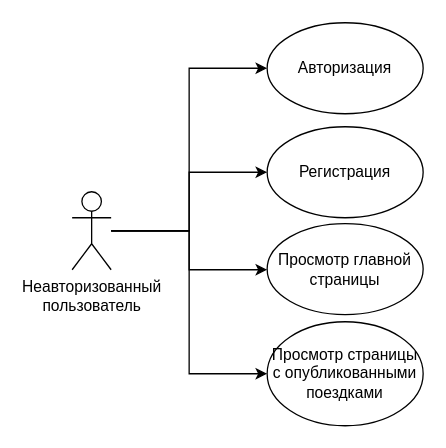
egoistique/TravelWithFriends keeps this draw.io diagram as documentation/диаграммы/use case со стороны неавторизованного пользователя.drawio. Above is the earlier version. Source tidied: cells renumbered, new cells numbered last; positions are measured from the earlier drawing's top-left corner, leaving out a move shared by most shapes. Both pictures are drawn from the tidied source at 130%, with x=0, y=0 at pixel (72, 22).
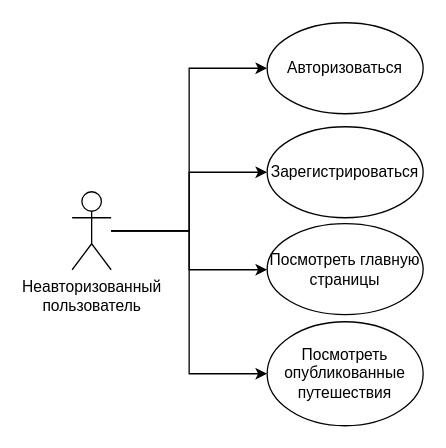
Above is the later version.

What changed in the source:
```diff
@@
 <mxGraphModel>
   <root>
     <mxCell id="0" />
     <mxCell id="1" parent="0" />
     <mxCell id="2" style="rounded=0;jettySize=auto;html=1;edgeStyle=orthogonalEdgeStyle;" parent="1" edge="1" source="3" target="7">
       <mxGeometry relative="1" as="geometry">
         <Array as="points">
           <mxPoint x="90" y="160" />
           <mxPoint x="90" y="35" />
         </Array>
       </mxGeometry>
     </mxCell>
     <mxCell id="3" value="Неавторизованный &lt;br&gt;пользователь" style="shape=umlActor;verticalLabelPosition=bottom;verticalAlign=top;html=1;outlineConnect=0;" parent="1" vertex="1">
       <mxGeometry y="130" width="30" height="60" as="geometry" />
     </mxCell>
-    <mxCell id="4" value="Просмотр главной страницы" style="ellipse;whiteSpace=wrap;html=1;" parent="1" vertex="1">
+    <mxCell id="4" value="Посмотреть главную страницы" style="ellipse;whiteSpace=wrap;html=1;" parent="1" vertex="1">
       <mxGeometry x="150" y="154.5" width="120" height="70" as="geometry" />
     </mxCell>
-    <mxCell id="5" value="Просмотр страницы с опубликованными поездками" style="ellipse;whiteSpace=wrap;html=1;" parent="1" vertex="1">
+    <mxCell id="5" value="Посмотреть опубликованные путешествия" style="ellipse;whiteSpace=wrap;html=1;" parent="1" vertex="1">
       <mxGeometry x="150" y="230" width="120" height="80" as="geometry" />
     </mxCell>
-    <mxCell id="6" value="Регистрация" style="ellipse;whiteSpace=wrap;html=1;" parent="1" vertex="1">
+    <mxCell id="6" value="Зарегистрироваться" style="ellipse;whiteSpace=wrap;html=1;" parent="1" vertex="1">
       <mxGeometry x="150" y="80" width="120" height="70" as="geometry" />
     </mxCell>
-    <mxCell id="7" value="Авторизация" style="ellipse;whiteSpace=wrap;html=1;" parent="1" vertex="1">
+    <mxCell id="7" value="Авторизоваться" style="ellipse;whiteSpace=wrap;html=1;" parent="1" vertex="1">
       <mxGeometry x="150" width="120" height="70" as="geometry" />
     </mxCell>
     <mxCell id="8" style="rounded=0;jettySize=auto;html=1;edgeStyle=orthogonalEdgeStyle;" parent="1" edge="1" source="3" target="6">
       <mxGeometry relative="1" as="geometry">
         <Array as="points">
           <mxPoint x="90" y="160" />
           <mxPoint x="90" y="115" />
         </Array>
       </mxGeometry>
     </mxCell>
     <mxCell id="9" style="rounded=0;jettySize=auto;html=1;edgeStyle=orthogonalEdgeStyle;" parent="1" edge="1" source="3" target="4">
       <mxGeometry relative="1" as="geometry">
         <Array as="points">
           <mxPoint x="90" y="160" />
           <mxPoint x="90" y="190" />
         </Array>
       </mxGeometry>
     </mxCell>
     <mxCell id="10" style="rounded=0;jettySize=auto;html=1;edgeStyle=orthogonalEdgeStyle;" parent="1" edge="1" source="3" target="5">
       <mxGeometry relative="1" as="geometry">
         <Array as="points">
           <mxPoint x="90" y="160" />
           <mxPoint x="90" y="270" />
         </Array>
       </mxGeometry>
     </mxCell>
   </root>
 </mxGraphModel>
```
